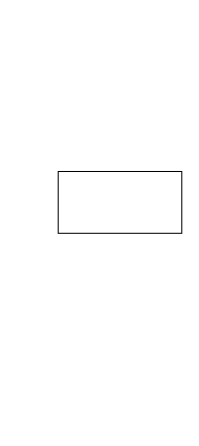
Above: Диаграмма без названия.drawio in dkurillo/sa-test-task (draw.io), before the change. Source tidied: cells renumbered, new cells numbered last; positions are measured from the earlier drawing's top-left corner, leaving out a move shared by most shapes. Both pictures are drawn from the tidied source at 103%, with x=0, y=0 at pixel (58, 171).
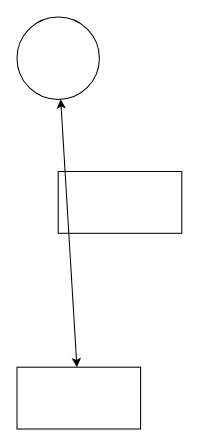
After the change.

Diff of the diagram source:
```diff
@@
 <mxGraphModel>
   <root>
     <mxCell id="0" />
     <mxCell id="1" parent="0" />
     <mxCell id="2" style="rounded=0;whiteSpace=wrap;html=1;" parent="1" vertex="1">
       <mxGeometry width="120" height="60" as="geometry" />
     </mxCell>
+    <mxCell id="3" style="rounded=0;whiteSpace=wrap;html=1;" parent="1" vertex="1">
+      <mxGeometry x="-40" y="190" width="120" height="60" as="geometry" />
+    </mxCell>
+    <mxCell id="4" style="ellipse;whiteSpace=wrap;html=1;" parent="1" vertex="1">
+      <mxGeometry x="-40" y="-150" width="80" height="80" as="geometry" />
+    </mxCell>
+    <mxCell id="5" style="endArrow=classic;startArrow=classic;html=1;rounded=0;" parent="1" edge="1" source="3" target="4">
+      <mxGeometry relative="1" as="geometry" />
+    </mxCell>
   </root>
 </mxGraphModel>
```
